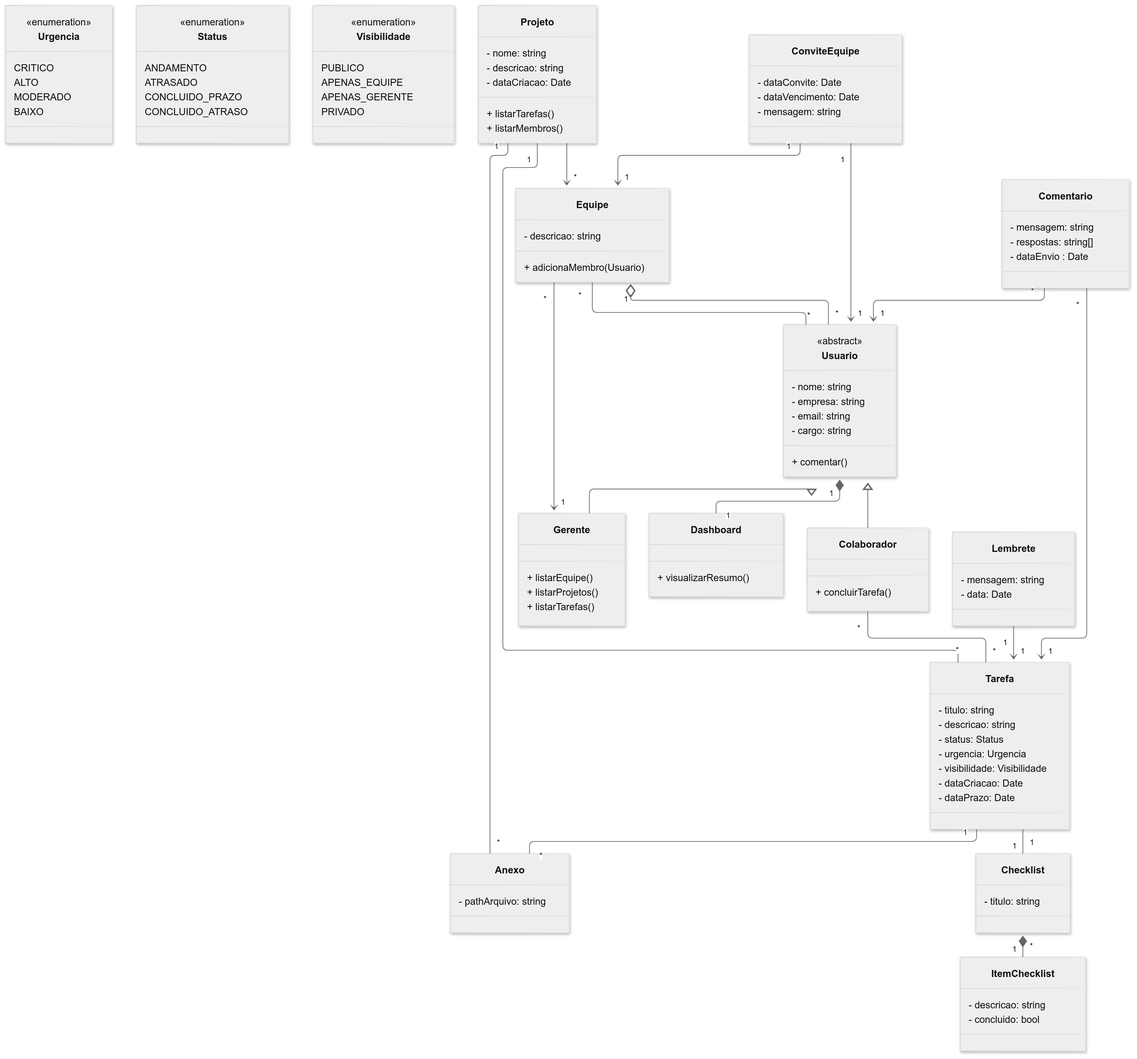
Above: DiagramaClasses/diagramaClasses.png in joaopdinareli/humancollab (Mermaid), before the change. Its source is kept beside it as DiagramaClasses/diagramaClasses.mmd.
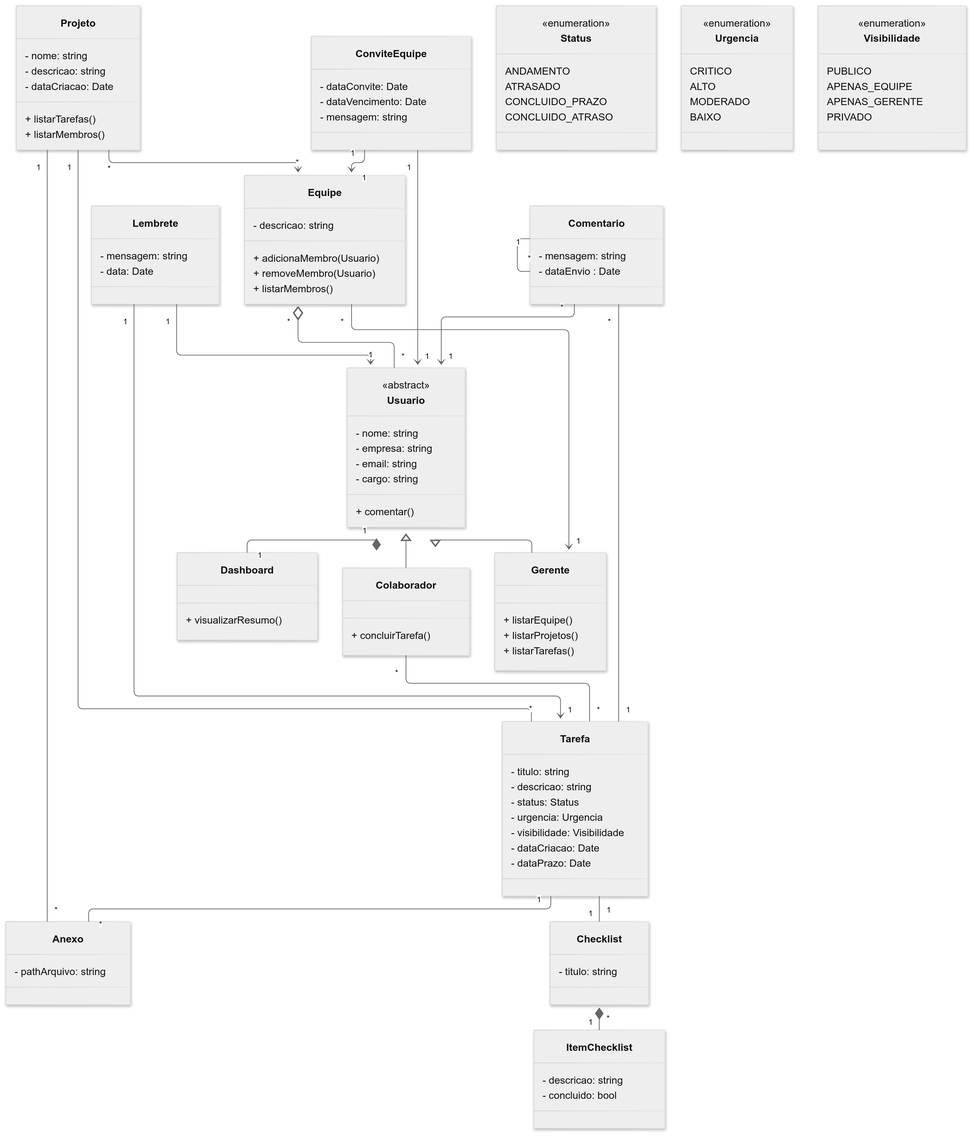
After the change.

Commit message:
Atualizando lógica do diagrama

The edit, as a diff of the source:
```diff
@@ -61,6 +61,8 @@
     class Equipe {
         - descricao: string
         + adicionaMembro(Usuario)
+        + removeMembro(Usuario)
+        + listarMembros()
     }
     class ConviteEquipe {
         - dataConvite: Date
@@ -69,7 +71,6 @@
     }
     class Comentario {
         - mensagem: string
-        - respostas: string[]
         - dataEnvio : Date
     }
     class Anexo {
@@ -91,7 +92,6 @@
     }
     Usuario <|-- Gerente
     Usuario <|-- Colaborador
-    Usuario "*" -- "*" Equipe
     Usuario "1" *-- "1" Dashboard
     Colaborador "*" -- "*" Tarefa
     Tarefa "1" -- "*" Anexo
@@ -99,11 +99,13 @@
     Checklist "1" *-- "*" ItemChecklist
     Projeto "1" -- "*" Tarefa
     Projeto "1" -- "*" Anexo
-    Equipe "1" o-- "*" Usuario
-    Projeto ..> "*" Equipe
+    Equipe "*" o-- "*" Usuario
+    Comentario "1" -- "*" Comentario
+    Comentario "*" .. "1" Tarefa
+    Projeto "*" ..> "*" Equipe
     Equipe "*" ..> "1" Gerente
-    Comentario "*" ..> "1" Tarefa
     Comentario "*" ..> "1" Usuario
     ConviteEquipe "1" ..> "1" Usuario
     ConviteEquipe "1" ..> "1" Equipe
     Lembrete "1" ..> "1" Tarefa
+    Lembrete "1" ..> "1" Usuario
```
